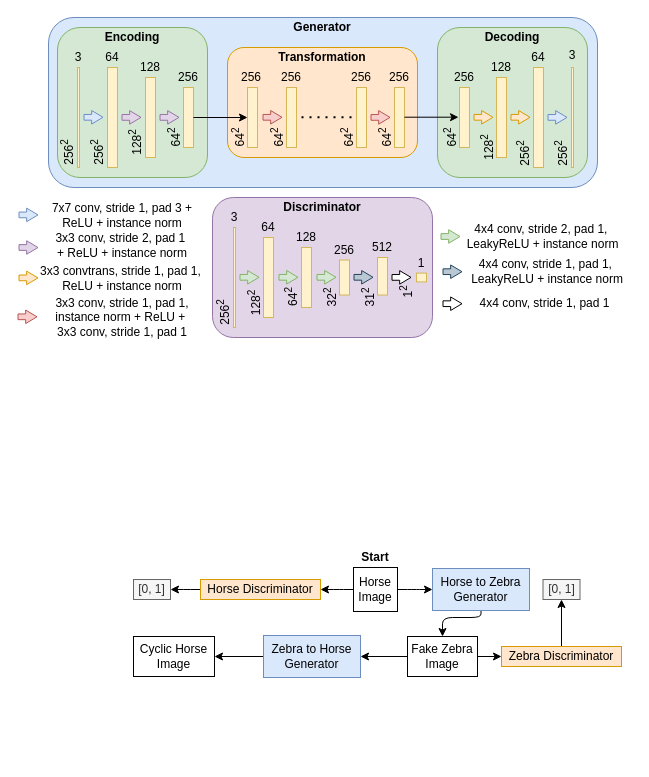
simonamtoft/dl-computer-vision keeps this draw.io diagram as figures/Cycle GAN.drawio. Above is the earlier version. Source tidied: cells renumbered, new cells numbered last; positions are measured from the earlier drawing's top-left corner, leaving out a move shared by most shapes. Both pictures are drawn from the tidied source at 100%, with x=0, y=0 at pixel (17, 17). Pictures stored in the file or linked from it are replaced by grey dashed boxes.
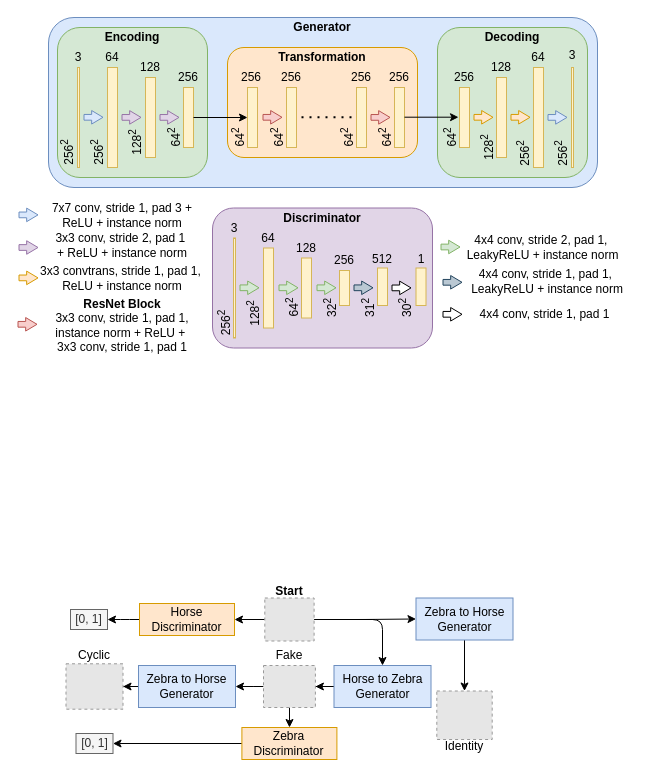
The same page after the edit.

The edit, as a diff of the source:
```diff
@@
     <mxCell id="3" style="rounded=1;whiteSpace=wrap;html=1;fillColor=#e1d5e7;strokeColor=#9673a6;" parent="1" vertex="1">
-      <mxGeometry x="195" y="180" width="220" height="140" as="geometry" />
+      <mxGeometry x="195" y="190.5" width="220" height="140" as="geometry" />
     </mxCell>
@@
-    <mxCell id="29" value="3x3 conv, stride 1, pad 1,&lt;br&gt;instance norm + ReLU +&amp;nbsp;&lt;br&gt;3x3 conv, stride 1, pad 1" style="text;html=1;strokeColor=none;fillColor=none;align=center;verticalAlign=middle;whiteSpace=wrap;rounded=0;" parent="1" vertex="1">
-      <mxGeometry x="25" y="275.5" width="160" height="48" as="geometry" />
+    <mxCell id="29" value="&lt;b&gt;ResNet Block&lt;/b&gt;&lt;br&gt;3x3 conv, stride 1, pad 1,&lt;br&gt;instance norm + ReLU +&amp;nbsp;&lt;br&gt;3x3 conv, stride 1, pad 1" style="text;html=1;strokeColor=none;fillColor=none;align=center;verticalAlign=middle;whiteSpace=wrap;rounded=0;" parent="1" vertex="1">
+      <mxGeometry x="25" y="280.5" width="160" height="55.5" as="geometry" />
     </mxCell>
     <mxCell id="30" style="shape=flexArrow;endArrow=classic;html=1;width=5.714285714285714;endSize=3.442857142857143;endWidth=6.802721088435374;strokeColor=#b85450;rounded=1;shadow=0;sketch=0;startSize=6;fillColor=#f8cecc;" parent="1" edge="1">
       <mxGeometry relative="1" as="geometry">
-        <mxPoint y="299.3" as="sourcePoint" />
-        <mxPoint x="20" y="299.3" as="targetPoint" />
+        <mxPoint y="306.8" as="sourcePoint" />
+        <mxPoint x="20" y="306.8" as="targetPoint" />
       </mxGeometry>
     </mxCell>
@@
     <mxCell id="65" style="shape=flexArrow;endArrow=classic;html=1;width=5.714285714285714;endSize=3.442857142857143;endWidth=6.802721088435374;strokeColor=#82b366;rounded=1;shadow=0;sketch=0;startSize=6;fillColor=#d5e8d4;" parent="1" edge="1">
       <mxGeometry relative="1" as="geometry">
-        <mxPoint x="423" y="219" as="sourcePoint" />
-        <mxPoint x="443" y="219" as="targetPoint" />
+        <mxPoint x="423" y="229.5" as="sourcePoint" />
+        <mxPoint x="443" y="229.5" as="targetPoint" />
       </mxGeometry>
     </mxCell>
     <mxCell id="66" value="4x4 conv, stride 2, pad 1,&amp;nbsp; LeakyReLU + instance norm" style="text;html=1;strokeColor=none;fillColor=none;align=center;verticalAlign=middle;whiteSpace=wrap;rounded=0;" parent="1" vertex="1">
-      <mxGeometry x="445" y="206.8" width="161" height="25" as="geometry" />
+      <mxGeometry x="445" y="217.2" width="161" height="25" as="geometry" />
     </mxCell>
     <mxCell id="67" style="shape=flexArrow;endArrow=classic;html=1;width=5.714285714285714;endSize=3.442857142857143;endWidth=6.802721088435374;rounded=1;shadow=0;sketch=0;startSize=6;fillColor=#bac8d3;strokeColor=#23445d;" parent="1" edge="1">
       <mxGeometry relative="1" as="geometry">
-        <mxPoint x="425" y="254.2" as="sourcePoint" />
-        <mxPoint x="445" y="254.2" as="targetPoint" />
+        <mxPoint x="425" y="264.8" as="sourcePoint" />
+        <mxPoint x="445" y="264.8" as="targetPoint" />
       </mxGeometry>
     </mxCell>
     <mxCell id="68" value="4x4 conv, stride 1, pad 1,&amp;nbsp; LeakyReLU + instance norm" style="text;html=1;strokeColor=none;fillColor=none;align=center;verticalAlign=middle;whiteSpace=wrap;rounded=0;" parent="1" vertex="1">
-      <mxGeometry x="445" y="241.2" width="170" height="25" as="geometry" />
+      <mxGeometry x="445" y="251.8" width="170" height="25" as="geometry" />
     </mxCell>
     <mxCell id="69" style="shape=flexArrow;endArrow=classic;html=1;width=5.714285714285714;endSize=3.442857142857143;endWidth=6.802721088435374;rounded=1;shadow=0;sketch=0;startSize=6;fillColor=#ffffff;" parent="1" edge="1">
       <mxGeometry relative="1" as="geometry">
-        <mxPoint x="425" y="286.2" as="sourcePoint" />
-        <mxPoint x="445" y="286.2" as="targetPoint" />
+        <mxPoint x="425" y="296.8" as="sourcePoint" />
+        <mxPoint x="445" y="296.8" as="targetPoint" />
       </mxGeometry>
     </mxCell>
     <mxCell id="70" value="4x4 conv, stride 1, pad 1" style="text;html=1;strokeColor=none;fillColor=none;align=center;verticalAlign=middle;whiteSpace=wrap;rounded=0;" parent="1" vertex="1">
-      <mxGeometry x="454.5" y="279.2" width="145" height="14" as="geometry" />
+      <mxGeometry x="454.5" y="289.8" width="145" height="14" as="geometry" />
     </mxCell>
     <mxCell id="71" style="rounded=0;whiteSpace=wrap;html=1;fillColor=#fff2cc;strokeColor=#d6b656;" parent="1" vertex="1">
-      <mxGeometry x="216" y="210" width="2" height="100" as="geometry" />
+      <mxGeometry x="216" y="220.5" width="2" height="100" as="geometry" />
     </mxCell>
     <mxCell id="72" value="3" style="text;html=1;strokeColor=none;fillColor=none;align=center;verticalAlign=middle;whiteSpace=wrap;rounded=0;" parent="1" vertex="1">
-      <mxGeometry x="196.5" y="190" width="40" height="20" as="geometry" />
+      <mxGeometry x="196.5" y="200.5" width="40" height="20" as="geometry" />
     </mxCell>
     <mxCell id="73" value="256&lt;sup&gt;2&lt;/sup&gt;" style="text;html=1;strokeColor=none;fillColor=none;align=center;verticalAlign=middle;whiteSpace=wrap;rounded=0;rotation=-90;" parent="1" vertex="1">
-      <mxGeometry x="191" y="285" width="30" height="20" as="geometry" />
+      <mxGeometry x="191" y="295.5" width="30" height="20" as="geometry" />
     </mxCell>
     <mxCell id="74" style="shape=flexArrow;endArrow=classic;html=1;width=5.714285714285714;endSize=3.442857142857143;endWidth=6.802721088435374;strokeColor=#82b366;rounded=1;shadow=0;sketch=0;startSize=6;fillColor=#d5e8d4;" parent="1" edge="1">
       <mxGeometry relative="1" as="geometry">
-        <mxPoint x="222" y="259.8" as="sourcePoint" />
-        <mxPoint x="242" y="259.8" as="targetPoint" />
+        <mxPoint x="222" y="270.3" as="sourcePoint" />
+        <mxPoint x="242" y="270.3" as="targetPoint" />
       </mxGeometry>
     </mxCell>
     <mxCell id="75" value="64" style="text;html=1;strokeColor=none;fillColor=none;align=center;verticalAlign=middle;whiteSpace=wrap;rounded=0;" parent="1" vertex="1">
-      <mxGeometry x="231" y="200" width="40" height="20" as="geometry" />
+      <mxGeometry x="231" y="210.5" width="40" height="20" as="geometry" />
     </mxCell>
     <mxCell id="76" value="128&lt;sup&gt;2&lt;/sup&gt;" style="text;html=1;strokeColor=none;fillColor=none;align=center;verticalAlign=middle;whiteSpace=wrap;rounded=0;rotation=-90;" parent="1" vertex="1">
-      <mxGeometry x="221" y="275.5" width="30" height="20" as="geometry" />
+      <mxGeometry x="221" y="286" width="30" height="20" as="geometry" />
     </mxCell>
     <mxCell id="77" style="shape=flexArrow;endArrow=classic;html=1;width=5.714285714285714;endSize=3.442857142857143;endWidth=6.802721088435374;strokeColor=#82b366;rounded=1;shadow=0;sketch=0;startSize=6;fillColor=#d5e8d4;" parent="1" edge="1">
       <mxGeometry relative="1" as="geometry">
-        <mxPoint x="261" y="259.8" as="sourcePoint" />
-        <mxPoint x="281" y="259.8" as="targetPoint" />
+        <mxPoint x="261" y="270.3" as="sourcePoint" />
+        <mxPoint x="281" y="270.3" as="targetPoint" />
       </mxGeometry>
     </mxCell>
     <mxCell id="78" value="128" style="text;html=1;strokeColor=none;fillColor=none;align=center;verticalAlign=middle;whiteSpace=wrap;rounded=0;" parent="1" vertex="1">
-      <mxGeometry x="269" y="210" width="40" height="20" as="geometry" />
+      <mxGeometry x="269" y="220.5" width="40" height="20" as="geometry" />
     </mxCell>
     <mxCell id="79" value="64&lt;sup&gt;2&lt;/sup&gt;" style="text;html=1;strokeColor=none;fillColor=none;align=center;verticalAlign=middle;whiteSpace=wrap;rounded=0;rotation=-90;" parent="1" vertex="1">
-      <mxGeometry x="265.5" y="270" width="17" height="20" as="geometry" />
+      <mxGeometry x="265.5" y="280.5" width="17" height="20" as="geometry" />
     </mxCell>
     <mxCell id="80" style="shape=flexArrow;endArrow=classic;html=1;width=5.714285714285714;endSize=3.442857142857143;endWidth=6.802721088435374;strokeColor=#82b366;rounded=1;shadow=0;sketch=0;startSize=6;fillColor=#d5e8d4;" parent="1" edge="1">
       <mxGeometry relative="1" as="geometry">
-        <mxPoint x="299" y="259.8" as="sourcePoint" />
-        <mxPoint x="319" y="259.8" as="targetPoint" />
+        <mxPoint x="299" y="270.3" as="sourcePoint" />
+        <mxPoint x="319" y="270.3" as="targetPoint" />
       </mxGeometry>
     </mxCell>
     <mxCell id="81" style="rounded=0;whiteSpace=wrap;html=1;fillColor=#fff2cc;strokeColor=#d6b656;" parent="1" vertex="1">
-      <mxGeometry x="322" y="242.5" width="10" height="35" as="geometry" />
+      <mxGeometry x="322" y="253" width="10" height="35" as="geometry" />
     </mxCell>
     <mxCell id="82" value="256" style="text;html=1;strokeColor=none;fillColor=none;align=center;verticalAlign=middle;whiteSpace=wrap;rounded=0;" parent="1" vertex="1">
-      <mxGeometry x="307" y="222.5" width="40" height="20" as="geometry" />
+      <mxGeometry x="307" y="233" width="40" height="20" as="geometry" />
     </mxCell>
     <mxCell id="83" value="32&lt;sup&gt;2&lt;/sup&gt;" style="text;html=1;strokeColor=none;fillColor=none;align=center;verticalAlign=middle;whiteSpace=wrap;rounded=0;rotation=-90;" parent="1" vertex="1">
-      <mxGeometry x="303" y="270" width="19" height="20" as="geometry" />
+      <mxGeometry x="303" y="280.5" width="19" height="20" as="geometry" />
     </mxCell>
     <mxCell id="84" style="shape=flexArrow;endArrow=classic;html=1;width=5.714285714285714;endSize=3.442857142857143;endWidth=6.802721088435374;rounded=1;shadow=0;sketch=0;startSize=6;fillColor=#bac8d3;strokeColor=#23445d;" parent="1" edge="1">
       <mxGeometry relative="1" as="geometry">
-        <mxPoint x="336" y="259.8" as="sourcePoint" />
-        <mxPoint x="356" y="259.8" as="targetPoint" />
+        <mxPoint x="336" y="270.3" as="sourcePoint" />
+        <mxPoint x="356" y="270.3" as="targetPoint" />
       </mxGeometry>
     </mxCell>
     <mxCell id="85" style="rounded=0;whiteSpace=wrap;html=1;fillColor=#fff2cc;strokeColor=#d6b656;" parent="1" vertex="1">
-      <mxGeometry x="360" y="240" width="10" height="37.5" as="geometry" />
+      <mxGeometry x="360" y="250.5" width="10" height="37.5" as="geometry" />
     </mxCell>
     <mxCell id="86" style="rounded=0;whiteSpace=wrap;html=1;fillColor=#fff2cc;strokeColor=#d6b656;" parent="1" vertex="1">
-      <mxGeometry x="246" y="220" width="10" height="80" as="geometry" />
+      <mxGeometry x="246" y="230.5" width="10" height="80" as="geometry" />
     </mxCell>
     <mxCell id="87" style="rounded=0;whiteSpace=wrap;html=1;fillColor=#fff2cc;strokeColor=#d6b656;" parent="1" vertex="1">
-      <mxGeometry x="284" y="230" width="10" height="60" as="geometry" />
+      <mxGeometry x="284" y="240.5" width="10" height="60" as="geometry" />
     </mxCell>
     <mxCell id="88" value="512" style="text;html=1;strokeColor=none;fillColor=none;align=center;verticalAlign=middle;whiteSpace=wrap;rounded=0;" parent="1" vertex="1">
-      <mxGeometry x="345" y="220" width="40" height="20" as="geometry" />
+      <mxGeometry x="345" y="232" width="40" height="20" as="geometry" />
     </mxCell>
     <mxCell id="89" value="31&lt;sup&gt;2&lt;/sup&gt;" style="text;html=1;strokeColor=none;fillColor=none;align=center;verticalAlign=middle;whiteSpace=wrap;rounded=0;rotation=-90;" parent="1" vertex="1">
-      <mxGeometry x="341" y="270" width="19" height="20" as="geometry" />
+      <mxGeometry x="341" y="280.5" width="19" height="20" as="geometry" />
     </mxCell>
-    <mxCell id="90" style="rounded=0;whiteSpace=wrap;html=1;fillColor=#fff2cc;strokeColor=#d6b656;" parent="1" vertex="1">
-      <mxGeometry x="399" y="255.6" width="10" height="8.8" as="geometry" />
-    </mxCell>
     <mxCell id="91" value="1" style="text;html=1;strokeColor=none;fillColor=none;align=center;verticalAlign=middle;whiteSpace=wrap;rounded=0;" parent="1" vertex="1">
-      <mxGeometry x="384" y="235.6" width="40" height="20" as="geometry" />
+      <mxGeometry x="384" y="231.8" width="40" height="20" as="geometry" />
     </mxCell>
     <mxCell id="92" style="shape=flexArrow;endArrow=classic;html=1;width=5.714285714285714;endSize=3.442857142857143;endWidth=6.802721088435374;rounded=1;shadow=0;sketch=0;startSize=6;fillColor=#ffffff;" parent="1" edge="1">
       <mxGeometry relative="1" as="geometry">
-        <mxPoint x="374" y="259.9" as="sourcePoint" />
-        <mxPoint x="394" y="259.9" as="targetPoint" />
+        <mxPoint x="374" y="270.4" as="sourcePoint" />
+        <mxPoint x="394" y="270.4" as="targetPoint" />
       </mxGeometry>
     </mxCell>
-    <mxCell id="93" value="1&lt;sup&gt;2&lt;/sup&gt;" style="text;html=1;strokeColor=none;fillColor=none;align=center;verticalAlign=middle;whiteSpace=wrap;rounded=0;rotation=-90;" parent="1" vertex="1">
-      <mxGeometry x="380" y="264.4" width="19" height="20" as="geometry" />
+    <mxCell id="93" value="&lt;sup&gt;&lt;span style=&quot;font-size: 12px&quot;&gt;30&lt;sup&gt;2&lt;/sup&gt;&lt;/span&gt;&lt;/sup&gt;" style="text;html=1;strokeColor=none;fillColor=none;align=center;verticalAlign=middle;whiteSpace=wrap;rounded=0;rotation=-90;" parent="1" vertex="1">
+      <mxGeometry x="381" y="280.5" width="19" height="20" as="geometry" />
     </mxCell>
     <mxCell id="94" value="Discriminator" style="text;html=1;strokeColor=none;fillColor=none;align=center;verticalAlign=middle;whiteSpace=wrap;rounded=0;fontStyle=1;" parent="1" vertex="1">
-      <mxGeometry x="230" y="180" width="150" height="20" as="geometry" />
+      <mxGeometry x="230" y="190.5" width="150" height="20" as="geometry" />
     </mxCell>
@@
     <mxCell id="97" value="Horse Discriminator" style="rounded=0;whiteSpace=wrap;html=1;fillColor=#ffe6cc;strokeColor=#d79b00;" parent="1" vertex="1">
-      <mxGeometry x="183" y="562" width="120" height="20" as="geometry" />
+      <mxGeometry x="122" y="586" width="95" height="32" as="geometry" />
     </mxCell>
+    <mxCell id="100" style="edgeStyle=orthogonalEdgeStyle;rounded=1;sketch=0;jettySize=auto;html=1;entryX=1;entryY=0.5;entryDx=0;entryDy=0;shadow=0;fillColor=#ffffff;gradientColor=none;exitX=0;exitY=0.5;exitDx=0;exitDy=0;" parent="1" edge="1" source="124" target="97">
+      <mxGeometry relative="1" as="geometry" />
+    </mxCell>
+    <mxCell id="103" value="[0, 1]" style="rounded=0;whiteSpace=wrap;html=1;fillColor=#f5f5f5;strokeColor=#666666;fontColor=#333333;" parent="1" vertex="1">
+      <mxGeometry x="53" y="592" width="37" height="20" as="geometry" />
+    </mxCell>
+    <mxCell id="104" value="&lt;b&gt;Start&lt;/b&gt;" style="text;html=1;strokeColor=none;fillColor=none;align=center;verticalAlign=middle;whiteSpace=wrap;rounded=0;" parent="1" vertex="1">
+      <mxGeometry x="251.9" y="563.5" width="40" height="20" as="geometry" />
+    </mxCell>
+    <mxCell id="114" style="edgeStyle=orthogonalEdgeStyle;rounded=0;jettySize=auto;html=1;entryX=1;entryY=0.5;entryDx=0;entryDy=0;" parent="1" edge="1" source="106" target="116">
+      <mxGeometry relative="1" as="geometry" />
+    </mxCell>
+    <mxCell id="106" value="Horse to Zebra&lt;br&gt;Generator" style="rounded=0;whiteSpace=wrap;html=1;fillColor=#dae8fc;strokeColor=#6c8ebf;" parent="1" vertex="1">
+      <mxGeometry x="316.5" y="648" width="97" height="42" as="geometry" />
+    </mxCell>
+    <mxCell id="107" style="edgeStyle=orthogonalEdgeStyle;rounded=1;sketch=0;jettySize=auto;html=1;shadow=0;fillColor=#ffffff;gradientColor=none;exitX=0;exitY=0.5;exitDx=0;exitDy=0;" parent="1" edge="1" source="116" target="111">
+      <mxGeometry relative="1" as="geometry" />
+    </mxCell>
+    <mxCell id="110" style="edgeStyle=orthogonalEdgeStyle;rounded=1;sketch=0;jettySize=auto;html=1;shadow=0;fillColor=#ffffff;gradientColor=none;entryX=1;entryY=0.5;entryDx=0;entryDy=0;" parent="1" edge="1" source="111" target="117">
+      <mxGeometry relative="1" as="geometry" />
+    </mxCell>
+    <mxCell id="111" value="Zebra to Horse&lt;br&gt;Generator" style="rounded=0;whiteSpace=wrap;html=1;fillColor=#dae8fc;strokeColor=#6c8ebf;" parent="1" vertex="1">
+      <mxGeometry x="121" y="648" width="97" height="42" as="geometry" />
+    </mxCell>
+    <mxCell id="115" style="edgeStyle=orthogonalEdgeStyle;rounded=0;jettySize=auto;html=1;entryX=0.5;entryY=0;entryDx=0;entryDy=0;" parent="1" edge="1" source="116" target="99">
+      <mxGeometry relative="1" as="geometry" />
+    </mxCell>
+    <mxCell id="116" style="fillColor=#E6E6E6;strokeColor=#999999;dashed=1;verticalLabelPosition=bottom;labelBackgroundColor=#ffffff;verticalAlign=top;" parent="1" vertex="1">
+      <mxGeometry x="246" y="648" width="51.9" height="42" as="geometry" />
+    </mxCell>
+    <mxCell id="117" style="fillColor=#E6E6E6;strokeColor=#999999;dashed=1;verticalLabelPosition=bottom;labelBackgroundColor=#ffffff;verticalAlign=top;" parent="1" vertex="1">
+      <mxGeometry x="48.5" y="646.3" width="57" height="45.4" as="geometry" />
+    </mxCell>
+    <mxCell id="118" value="Cyclic" style="text;html=1;strokeColor=none;fillColor=none;align=center;verticalAlign=middle;whiteSpace=wrap;rounded=0;" parent="1" vertex="1">
+      <mxGeometry x="57" y="628" width="40" height="20" as="geometry" />
+    </mxCell>
+    <mxCell id="119" value="Fake" style="text;html=1;strokeColor=none;fillColor=none;align=center;verticalAlign=middle;whiteSpace=wrap;rounded=0;" parent="1" vertex="1">
+      <mxGeometry x="251.9" y="628" width="40" height="20" as="geometry" />
+    </mxCell>
+    <mxCell id="120" style="edgeStyle=orthogonalEdgeStyle;rounded=1;sketch=0;jettySize=auto;html=1;entryX=0.5;entryY=0;entryDx=0;entryDy=0;shadow=0;fillColor=#ffffff;gradientColor=none;" parent="1" edge="1" source="124" target="106">
+      <mxGeometry relative="1" as="geometry" />
+    </mxCell>
+    <mxCell id="121" style="edgeStyle=orthogonalEdgeStyle;rounded=0;jettySize=auto;html=1;entryX=0.5;entryY=0;entryDx=0;entryDy=0;" parent="1" edge="1" source="122" target="125">
+      <mxGeometry relative="1" as="geometry" />
+    </mxCell>
+    <mxCell id="122" value="Zebra to Horse&lt;br&gt;Generator" style="rounded=0;whiteSpace=wrap;html=1;fillColor=#dae8fc;strokeColor=#6c8ebf;" parent="1" vertex="1">
+      <mxGeometry x="398.5" y="580.5" width="97" height="42" as="geometry" />
+    </mxCell>
+    <mxCell id="123" style="edgeStyle=orthogonalEdgeStyle;rounded=1;sketch=0;jettySize=auto;html=1;entryX=0;entryY=0.5;entryDx=0;entryDy=0;shadow=0;fillColor=#ffffff;gradientColor=none;" parent="1" edge="1" source="124" target="122">
+      <mxGeometry relative="1" as="geometry" />
+    </mxCell>
+    <mxCell id="124" style="fillColor=#E6E6E6;strokeColor=#999999;dashed=1;verticalLabelPosition=bottom;labelBackgroundColor=#ffffff;verticalAlign=top;" parent="1" vertex="1">
+      <mxGeometry x="247.3" y="580.5" width="49.3" height="43" as="geometry" />
+    </mxCell>
+    <mxCell id="125" style="fillColor=#E6E6E6;strokeColor=#999999;dashed=1;verticalLabelPosition=bottom;labelBackgroundColor=#ffffff;verticalAlign=top;" parent="1" vertex="1">
+      <mxGeometry x="419.3" y="673.5" width="55.4" height="48.5" as="geometry" />
+    </mxCell>
+    <mxCell id="126" value="Identity" style="text;html=1;strokeColor=none;fillColor=none;align=center;verticalAlign=middle;whiteSpace=wrap;rounded=0;" parent="1" vertex="1">
+      <mxGeometry x="427" y="719" width="40" height="20" as="geometry" />
+    </mxCell>
-    <mxCell id="98" style="edgeStyle=orthogonalEdgeStyle;rounded=1;sketch=0;jettySize=auto;html=1;entryX=0.5;entryY=1;entryDx=0;entryDy=0;shadow=0;fillColor=#ffffff;gradientColor=none;" parent="1" edge="1" source="99" target="113">
+    <mxCell id="98" style="edgeStyle=orthogonalEdgeStyle;rounded=0;jettySize=auto;html=1;entryX=1;entryY=0.5;entryDx=0;entryDy=0;" parent="1" edge="1" source="99" target="113">
       <mxGeometry relative="1" as="geometry" />
     </mxCell>
     <mxCell id="99" value="Zebra Discriminator" style="rounded=0;whiteSpace=wrap;html=1;fillColor=#ffe6cc;strokeColor=#d79b00;" parent="1" vertex="1">
-      <mxGeometry x="484" y="629" width="120" height="20" as="geometry" />
+      <mxGeometry x="224.4" y="710" width="95" height="32" as="geometry" />
     </mxCell>
-    <mxCell id="100" style="edgeStyle=orthogonalEdgeStyle;rounded=1;sketch=0;jettySize=auto;html=1;entryX=1;entryY=0.5;entryDx=0;entryDy=0;shadow=0;fillColor=#ffffff;gradientColor=none;" parent="1" edge="1" source="102" target="97">
-      <mxGeometry relative="1" as="geometry" />
-    </mxCell>
-    <mxCell id="101" style="edgeStyle=orthogonalEdgeStyle;rounded=1;sketch=0;jettySize=auto;html=1;entryX=0;entryY=0.5;entryDx=0;entryDy=0;shadow=0;fillColor=#ffffff;gradientColor=none;" parent="1" edge="1" source="102" target="106">
-      <mxGeometry relative="1" as="geometry" />
-    </mxCell>
-    <mxCell id="102" value="Horse&lt;br&gt;Image" style="whiteSpace=wrap;html=1;" parent="1" vertex="1">
-      <mxGeometry x="336" y="550" width="44" height="44" as="geometry" />
-    </mxCell>
-    <mxCell id="103" value="[0, 1]" style="rounded=0;whiteSpace=wrap;html=1;fillColor=#f5f5f5;strokeColor=#666666;fontColor=#333333;" parent="1" vertex="1">
-      <mxGeometry x="116" y="562" width="37" height="20" as="geometry" />
-    </mxCell>
-    <mxCell id="104" value="&lt;b&gt;Start&lt;/b&gt;" style="text;html=1;strokeColor=none;fillColor=none;align=center;verticalAlign=middle;whiteSpace=wrap;rounded=0;" parent="1" vertex="1">
-      <mxGeometry x="338" y="530" width="40" height="20" as="geometry" />
-    </mxCell>
-    <mxCell id="105" style="edgeStyle=orthogonalEdgeStyle;rounded=1;sketch=0;jettySize=auto;html=1;shadow=0;fillColor=#ffffff;gradientColor=none;" parent="1" edge="1" source="106" target="109">
-      <mxGeometry relative="1" as="geometry">
-        <Array as="points">
-          <mxPoint x="464" y="600" />
-          <mxPoint x="425" y="600" />
-        </Array>
-      </mxGeometry>
-    </mxCell>
-    <mxCell id="106" value="Horse to Zebra&lt;br&gt;Generator" style="rounded=0;whiteSpace=wrap;html=1;fillColor=#dae8fc;strokeColor=#6c8ebf;" parent="1" vertex="1">
-      <mxGeometry x="415" y="551" width="97" height="42" as="geometry" />
-    </mxCell>
-    <mxCell id="107" style="edgeStyle=orthogonalEdgeStyle;rounded=1;sketch=0;jettySize=auto;html=1;shadow=0;fillColor=#ffffff;gradientColor=none;" parent="1" edge="1" source="109" target="111">
-      <mxGeometry relative="1" as="geometry" />
-    </mxCell>
-    <mxCell id="108" style="edgeStyle=orthogonalEdgeStyle;rounded=1;sketch=0;jettySize=auto;html=1;shadow=0;fillColor=#ffffff;gradientColor=none;" parent="1" edge="1" source="109" target="99">
-      <mxGeometry relative="1" as="geometry" />
-    </mxCell>
-    <mxCell id="109" value="&lt;span&gt;Fake Zebra&lt;/span&gt;&lt;br&gt;&lt;span&gt;Image&lt;/span&gt;" style="rounded=0;whiteSpace=wrap;html=1;" parent="1" vertex="1">
-      <mxGeometry x="390" y="619" width="70" height="40" as="geometry" />
-    </mxCell>
-    <mxCell id="110" style="edgeStyle=orthogonalEdgeStyle;rounded=1;sketch=0;jettySize=auto;html=1;shadow=0;fillColor=#ffffff;gradientColor=none;" parent="1" edge="1" source="111" target="112">
-      <mxGeometry relative="1" as="geometry" />
-    </mxCell>
-    <mxCell id="111" value="Zebra to Horse&lt;br&gt;Generator" style="rounded=0;whiteSpace=wrap;html=1;fillColor=#dae8fc;strokeColor=#6c8ebf;" parent="1" vertex="1">
-      <mxGeometry x="246" y="618" width="97" height="42" as="geometry" />
-    </mxCell>
-    <mxCell id="112" value="Cyclic Horse Image" style="rounded=0;whiteSpace=wrap;html=1;" parent="1" vertex="1">
-      <mxGeometry x="116" y="619" width="81" height="40" as="geometry" />
-    </mxCell>
     <mxCell id="113" value="[0, 1]" style="rounded=0;whiteSpace=wrap;html=1;fillColor=#f5f5f5;strokeColor=#666666;fontColor=#333333;" parent="1" vertex="1">
-      <mxGeometry x="525.5" y="562" width="37" height="20" as="geometry" />
+      <mxGeometry x="58.5" y="716" width="37" height="20" as="geometry" />
     </mxCell>
+    <mxCell id="127" style="rounded=0;whiteSpace=wrap;html=1;fillColor=#fff2cc;strokeColor=#d6b656;" parent="1" vertex="1">
+      <mxGeometry x="398.5" y="250.5" width="10" height="37.5" as="geometry" />
+    </mxCell>
```
